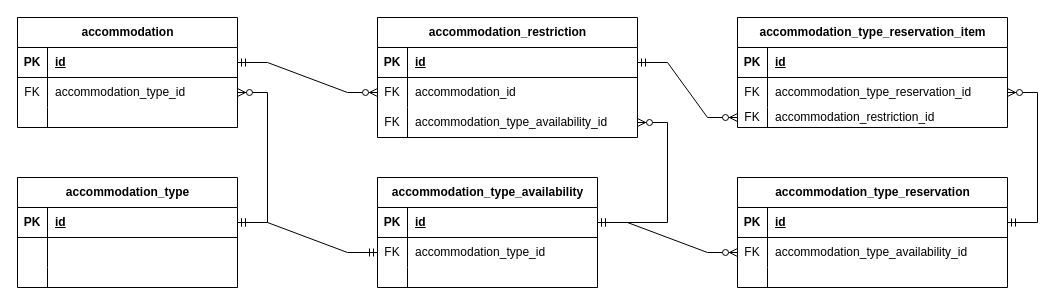
GrubeB/f13-learning keeps this draw.io diagram as service/property/.readme/draw.drawio. Above is the earlier version. Source tidied: cells renumbered, new cells numbered last; positions are measured from the earlier drawing's top-left corner, leaving out a move shared by most shapes. Both pictures are drawn from the tidied source at 100%, with x=0, y=0 at pixel (17, 17).
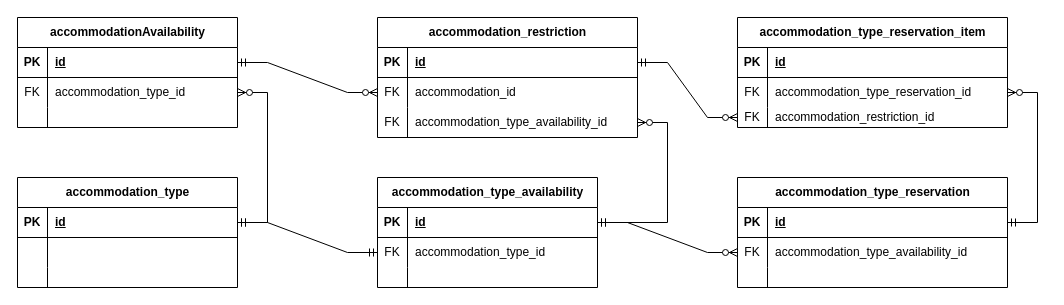
Above is the later version.

What changed in the source:
```diff
@@
-    <mxCell id="44" value="accommodation" style="shape=table;startSize=30;childLayout=tableLayout;rowLines=0;fontStyle=1;align=center;html=1;" parent="1" vertex="1">
+    <mxCell id="44" value="accommodationAvailability" style="shape=table;startSize=30;childLayout=tableLayout;rowLines=0;fontStyle=1;align=center;html=1;" parent="1" vertex="1">
       <mxGeometry width="220" height="110" as="geometry" />
     </mxCell>
```
